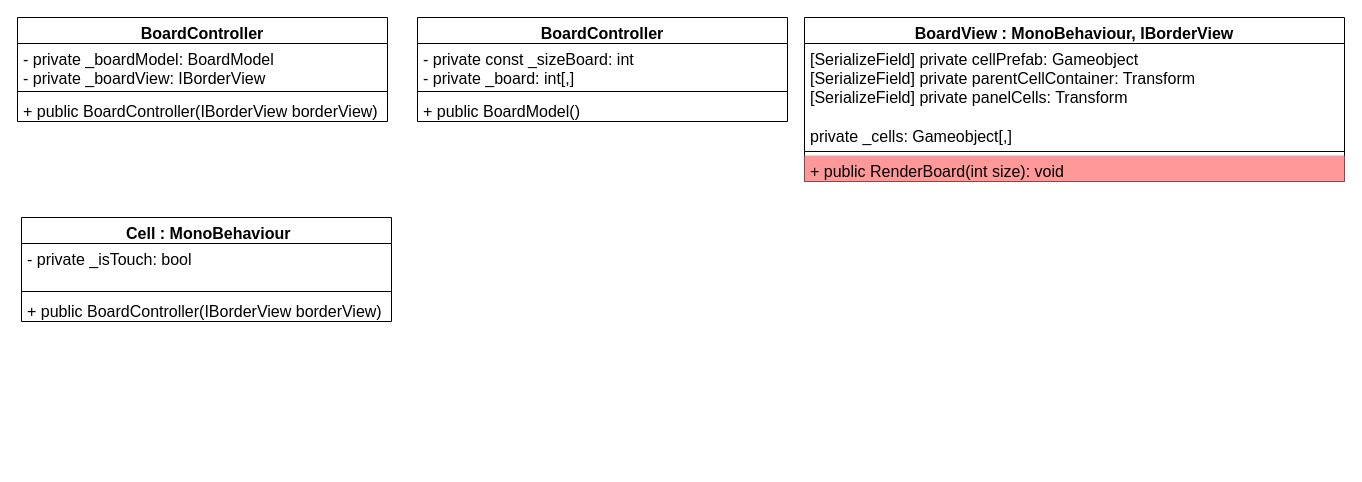
This is Diagrams/ Tic-Tac-Toe.drawio from mityus/Tic-Tac-Toe, a draw.io file, before an edit. Source tidied: cells renumbered, new cells numbered last; positions are measured from the earlier drawing's top-left corner, leaving out a move shared by most shapes. Both pictures are drawn from the tidied source at 100%, with x=0, y=0 at pixel (17, 17).
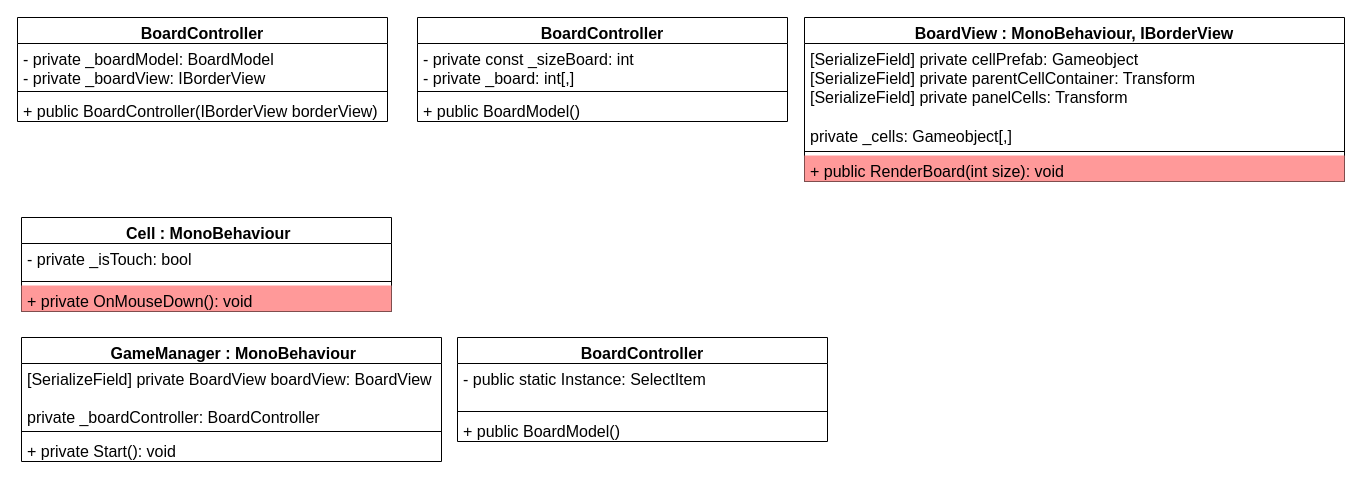
The same page after the edit.

The edit, as a diff of the source:
```diff
@@
     <mxCell id="14" value="&amp;nbsp;Cell : MonoBehaviour" style="swimlane;fontStyle=1;align=center;verticalAlign=top;horizontal=1;startSize=26;whiteSpace=wrap;html=1;fontSize=16;" parent="1" vertex="1">
-      <mxGeometry x="4" y="200" width="370" height="104" as="geometry" />
+      <mxGeometry x="4" y="200" width="370" height="94" as="geometry" />
     </mxCell>
     <mxCell id="15" value="-&amp;nbsp;private _isTouch: bool" style="text;strokeColor=none;fillColor=none;align=left;verticalAlign=top;spacingLeft=4;spacingRight=4;overflow=hidden;whiteSpace=wrap;html=1;fontSize=16;" parent="14" vertex="1">
-      <mxGeometry y="26" width="370" height="44" as="geometry" />
+      <mxGeometry y="26" width="370" height="34" as="geometry" />
     </mxCell>
     <mxCell id="16" style="line;strokeWidth=1;fillColor=none;align=left;verticalAlign=middle;spacingTop=-1;spacingLeft=3;spacingRight=3;labelPosition=right;strokeColor=inherit;fontSize=16;" parent="14" vertex="1">
-      <mxGeometry y="70" width="370" height="8" as="geometry" />
+      <mxGeometry y="60" width="370" height="8" as="geometry" />
     </mxCell>
-    <mxCell id="17" value="+&amp;nbsp;public BoardController(IBorderView borderView)" style="text;strokeColor=none;fillColor=none;align=left;verticalAlign=top;spacingLeft=4;spacingRight=4;overflow=hidden;whiteSpace=wrap;html=1;fontSize=16;" parent="14" vertex="1">
-      <mxGeometry y="78" width="370" height="26" as="geometry" />
+    <mxCell id="17" value="+&amp;nbsp;private OnMouseDown(): void" style="text;strokeColor=none;fillColor=#FF9999;align=left;verticalAlign=top;spacingLeft=4;spacingRight=4;overflow=hidden;whiteSpace=wrap;html=1;fontSize=16;" parent="14" vertex="1">
+      <mxGeometry y="68" width="370" height="26" as="geometry" />
     </mxCell>
+    <mxCell id="18" value="&amp;nbsp;GameManager : MonoBehaviour" style="swimlane;fontStyle=1;align=center;verticalAlign=top;horizontal=1;startSize=26;whiteSpace=wrap;html=1;fontSize=16;" parent="1" vertex="1">
+      <mxGeometry x="4" y="320" width="420" height="124" as="geometry" />
+    </mxCell>
+    <mxCell id="19" value="&lt;div&gt;&lt;div&gt;[SerializeField] private BoardView boardView:&amp;nbsp;BoardView&lt;/div&gt;&lt;div&gt;&lt;br&gt;&lt;/div&gt;&lt;div&gt;&lt;span style=&quot;background-color: initial;&quot;&gt;private _boardController:&amp;nbsp;&lt;/span&gt;BoardController&lt;/div&gt;&lt;/div&gt;&lt;div&gt;&lt;br&gt;&lt;/div&gt;" style="text;strokeColor=none;fillColor=none;align=left;verticalAlign=top;spacingLeft=4;spacingRight=4;overflow=hidden;whiteSpace=wrap;html=1;fontSize=16;" parent="18" vertex="1">
+      <mxGeometry y="26" width="420" height="64" as="geometry" />
+    </mxCell>
+    <mxCell id="20" style="line;strokeWidth=1;fillColor=none;align=left;verticalAlign=middle;spacingTop=-1;spacingLeft=3;spacingRight=3;labelPosition=right;strokeColor=inherit;fontSize=16;" parent="18" vertex="1">
+      <mxGeometry y="90" width="420" height="8" as="geometry" />
+    </mxCell>
+    <mxCell id="21" value="+&amp;nbsp;private Start(): void" style="text;strokeColor=none;fillColor=none;align=left;verticalAlign=top;spacingLeft=4;spacingRight=4;overflow=hidden;whiteSpace=wrap;html=1;fontSize=16;" parent="18" vertex="1">
+      <mxGeometry y="98" width="420" height="26" as="geometry" />
+    </mxCell>
+    <mxCell id="22" value="BoardController" style="swimlane;fontStyle=1;align=center;verticalAlign=top;horizontal=1;startSize=26;whiteSpace=wrap;html=1;fontSize=16;" parent="1" vertex="1">
+      <mxGeometry x="440" y="320" width="370" height="104" as="geometry" />
+    </mxCell>
+    <mxCell id="23" value="&lt;div&gt;-&amp;nbsp;public static Instance: SelectItem&amp;nbsp;&lt;/div&gt;" style="text;strokeColor=none;fillColor=none;align=left;verticalAlign=top;spacingLeft=4;spacingRight=4;overflow=hidden;whiteSpace=wrap;html=1;fontSize=16;" parent="22" vertex="1">
+      <mxGeometry y="26" width="370" height="44" as="geometry" />
+    </mxCell>
+    <mxCell id="24" style="line;strokeWidth=1;fillColor=none;align=left;verticalAlign=middle;spacingTop=-1;spacingLeft=3;spacingRight=3;labelPosition=right;strokeColor=inherit;fontSize=16;" parent="22" vertex="1">
+      <mxGeometry y="70" width="370" height="8" as="geometry" />
+    </mxCell>
+    <mxCell id="25" value="+&amp;nbsp;public BoardModel()" style="text;strokeColor=none;fillColor=none;align=left;verticalAlign=top;spacingLeft=4;spacingRight=4;overflow=hidden;whiteSpace=wrap;html=1;fontSize=16;" parent="22" vertex="1">
+      <mxGeometry y="78" width="370" height="26" as="geometry" />
+    </mxCell>
```
